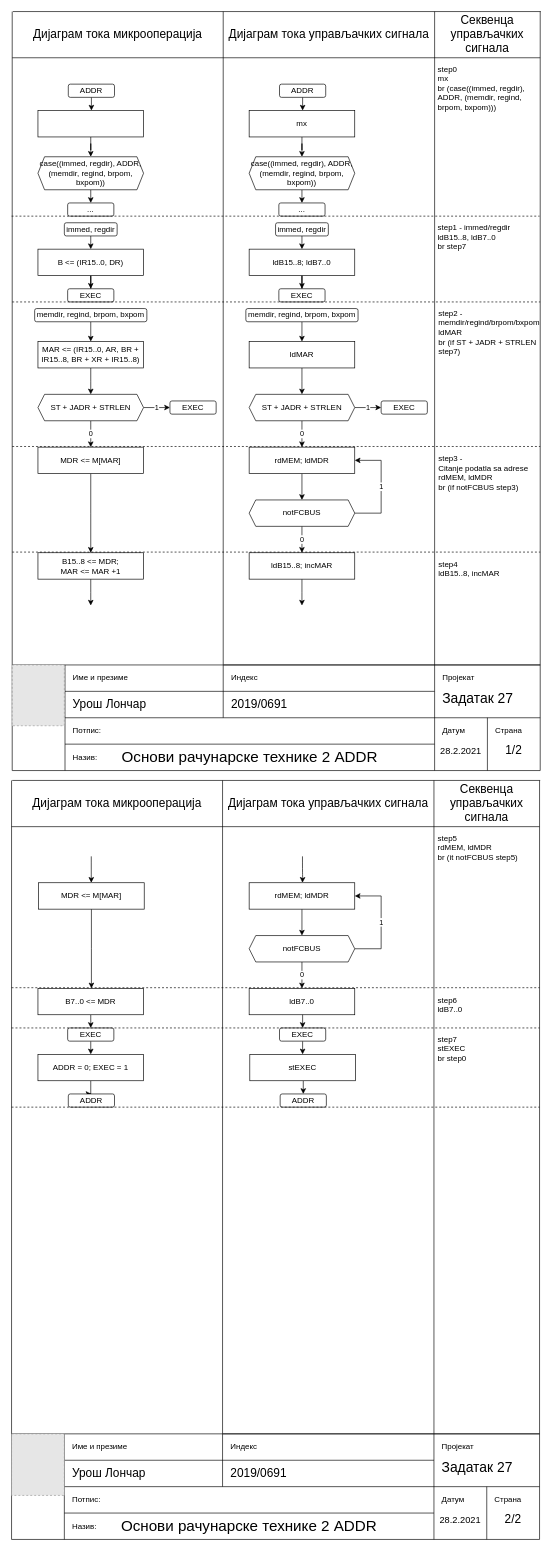
Before: page "ADDR" (2 of 4) of dijagram.drawio in RenatusRS/ORT2-Project, a draw.io diagram. Source tidied: cells renumbered, new cells numbered last; positions are measured from the earlier drawing's top-left corner, leaving out a move shared by most shapes. Both pictures are drawn from the tidied source at 66%, with x=0, y=0 at pixel (11, 11). Pictures stored in the file or linked from it are replaced by grey dashed boxes.
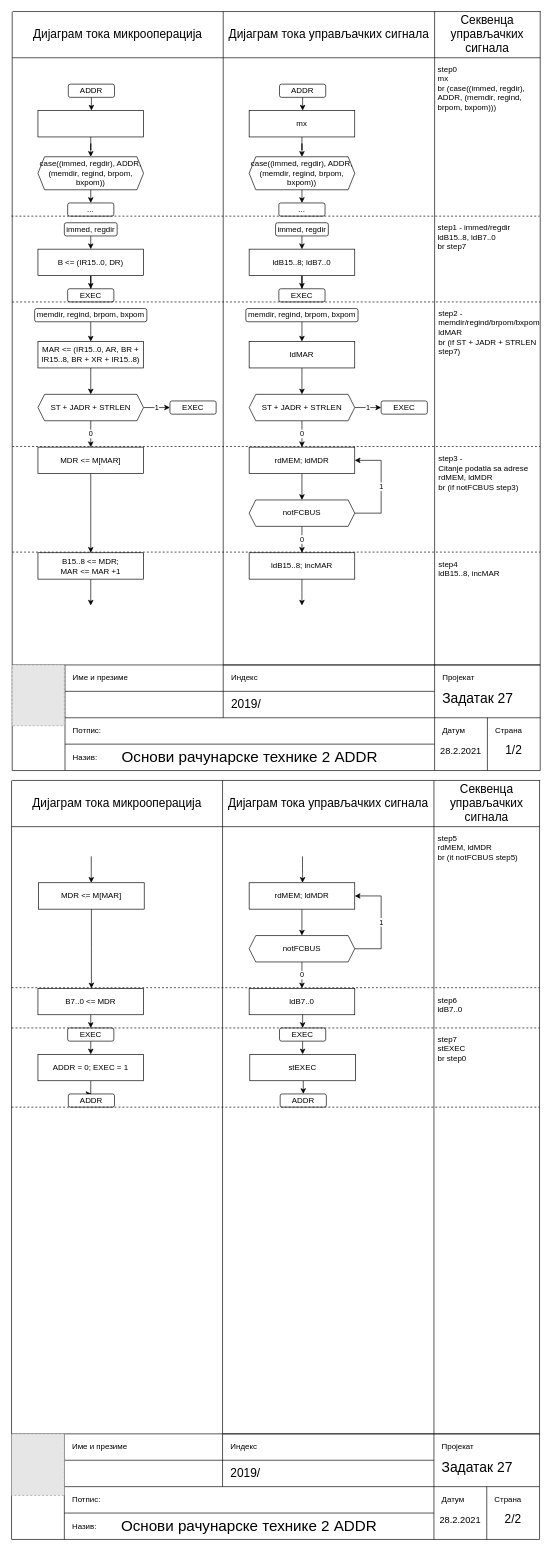
Above is the later version.

Diff of the diagram source:
```diff
@@
-    <mxCell id="26" value="Урош Лончар" style="text;html=1;strokeColor=none;fillColor=none;align=left;verticalAlign=middle;whiteSpace=wrap;rounded=0;fontSize=18;" parent="1" vertex="1">
-      <mxGeometry x="91" y="1040" width="140" height="20" as="geometry" />
-    </mxCell>
@@
-    <mxCell id="28" value="2019/0691" style="text;html=1;strokeColor=none;fillColor=none;align=left;verticalAlign=middle;whiteSpace=wrap;rounded=0;fontSize=18;" parent="1" vertex="1">
+    <mxCell id="28" value="2019/" style="text;html=1;strokeColor=none;fillColor=none;align=left;verticalAlign=middle;whiteSpace=wrap;rounded=0;fontSize=18;" parent="1" vertex="1">
       <mxGeometry x="331" y="1040" width="100" height="20" as="geometry" />
     </mxCell>
@@
-    <mxCell id="84" value="Урош Лончар" style="text;html=1;strokeColor=none;fillColor=none;align=left;verticalAlign=middle;whiteSpace=wrap;rounded=0;fontSize=18;" parent="1" vertex="1">
-      <mxGeometry x="90" y="2205" width="140" height="20" as="geometry" />
-    </mxCell>
@@
-    <mxCell id="86" value="2019/0691" style="text;html=1;strokeColor=none;fillColor=none;align=left;verticalAlign=middle;whiteSpace=wrap;rounded=0;fontSize=18;" parent="1" vertex="1">
+    <mxCell id="86" value="2019/" style="text;html=1;strokeColor=none;fillColor=none;align=left;verticalAlign=middle;whiteSpace=wrap;rounded=0;fontSize=18;" parent="1" vertex="1">
       <mxGeometry x="330" y="2205" width="100" height="20" as="geometry" />
     </mxCell>
```
